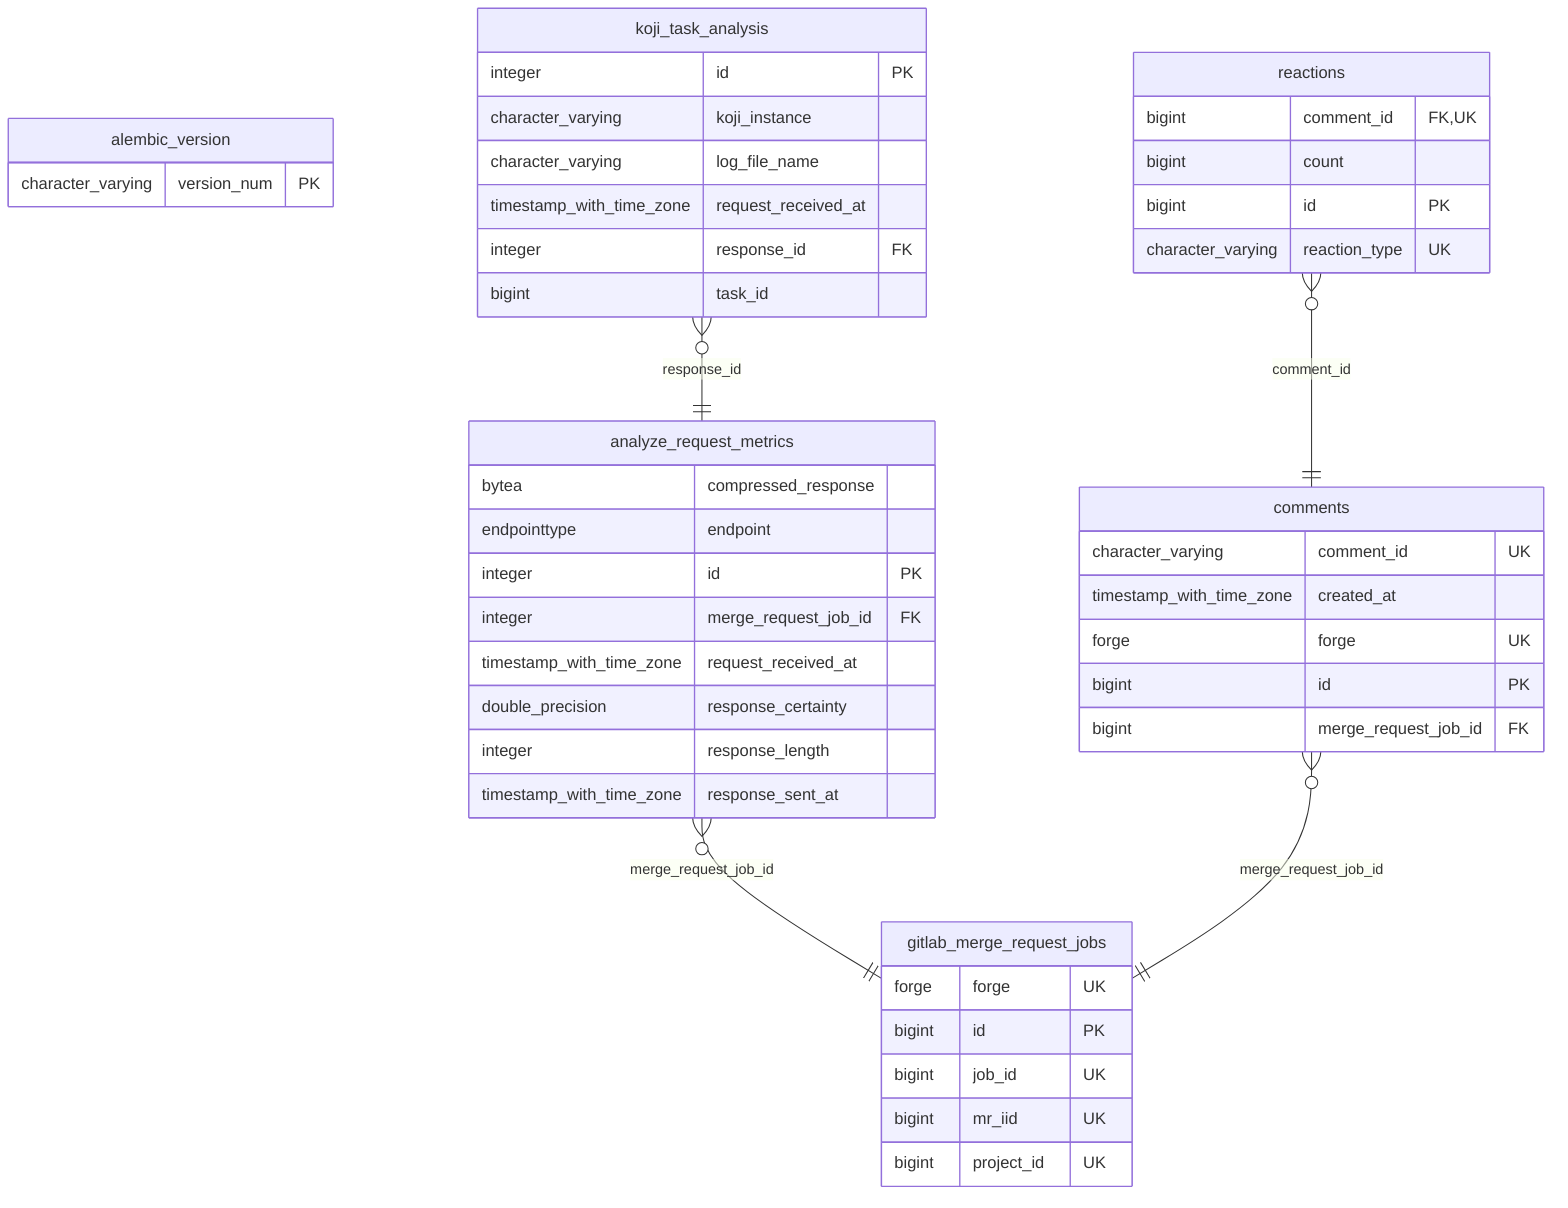
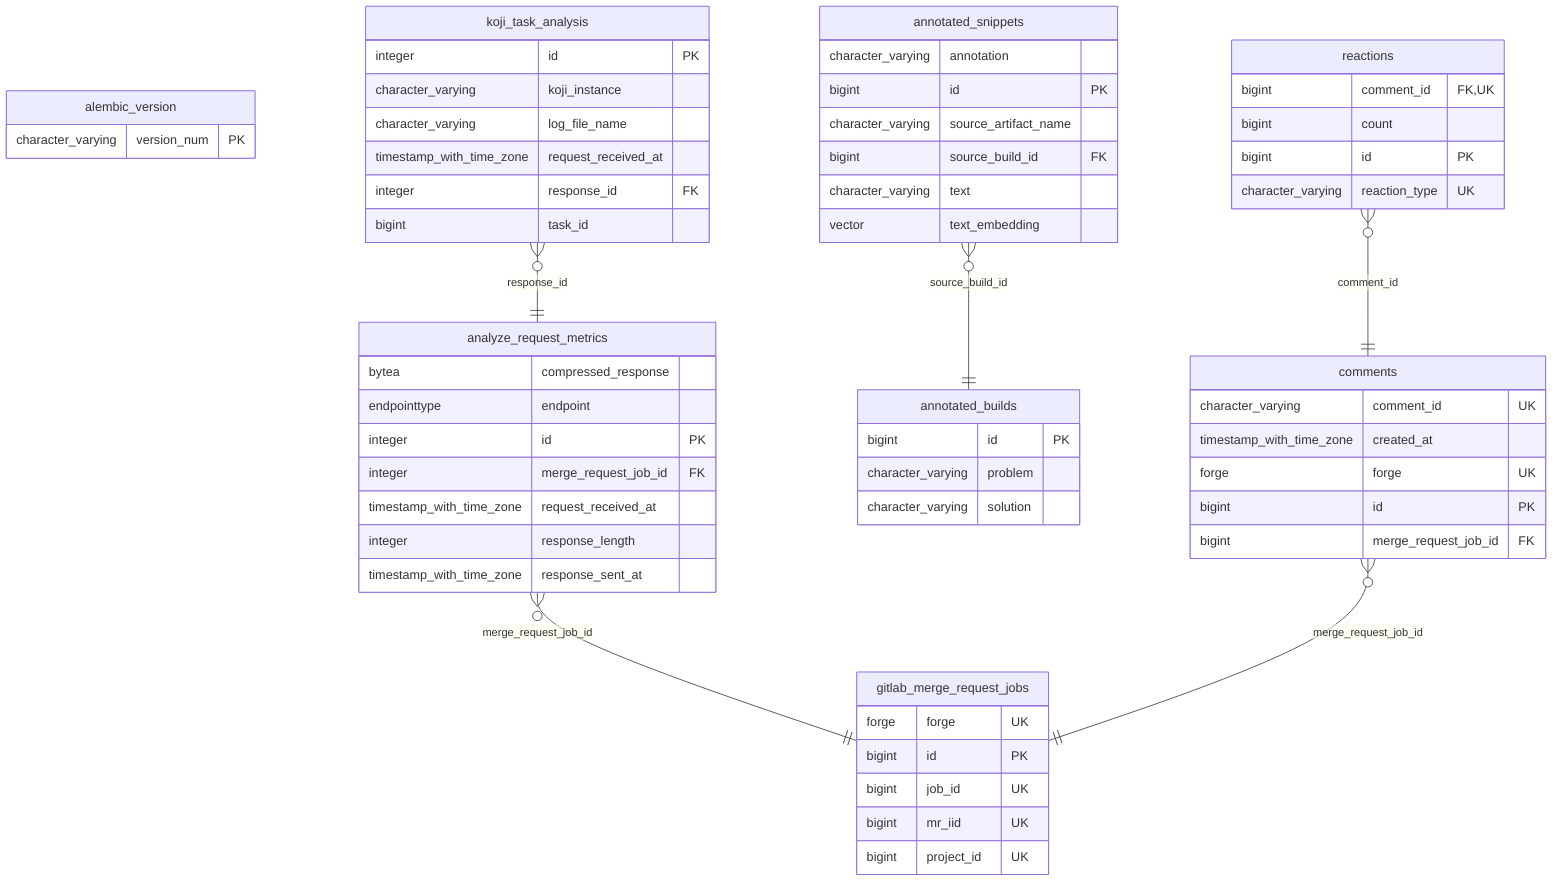
erDiagram
    alembic_version {
        character_varying version_num PK
    }

    analyze_request_metrics {
        bytea compressed_response
        endpointtype endpoint
        integer id PK
        integer merge_request_job_id FK
        timestamp_with_time_zone request_received_at
-         double_precision response_certainty
        integer response_length
        timestamp_with_time_zone response_sent_at
+     }
+ 
+     annotated_builds {
+         bigint id PK
+         character_varying problem
+         character_varying solution
+     }
+ 
+     annotated_snippets {
+         character_varying annotation
+         bigint id PK
+         character_varying source_artifact_name
+         bigint source_build_id FK
+         character_varying text
+         vector text_embedding
    }

    comments {
        character_varying comment_id UK
        timestamp_with_time_zone created_at
        forge forge UK
        bigint id PK
        bigint merge_request_job_id FK
    }

    gitlab_merge_request_jobs {
        forge forge UK
        bigint id PK
        bigint job_id UK
        bigint mr_iid UK
        bigint project_id UK
    }

    koji_task_analysis {
        integer id PK
        character_varying koji_instance
        character_varying log_file_name
        timestamp_with_time_zone request_received_at
        integer response_id FK
        bigint task_id
    }

    reactions {
        bigint comment_id FK,UK
        bigint count
        bigint id PK
        character_varying reaction_type UK
    }

    analyze_request_metrics }o--|| gitlab_merge_request_jobs : "merge_request_job_id"
    koji_task_analysis }o--|| analyze_request_metrics : "response_id"
+     annotated_snippets }o--|| annotated_builds : "source_build_id"
    comments }o--|| gitlab_merge_request_jobs : "merge_request_job_id"
    reactions }o--|| comments : "comment_id"
